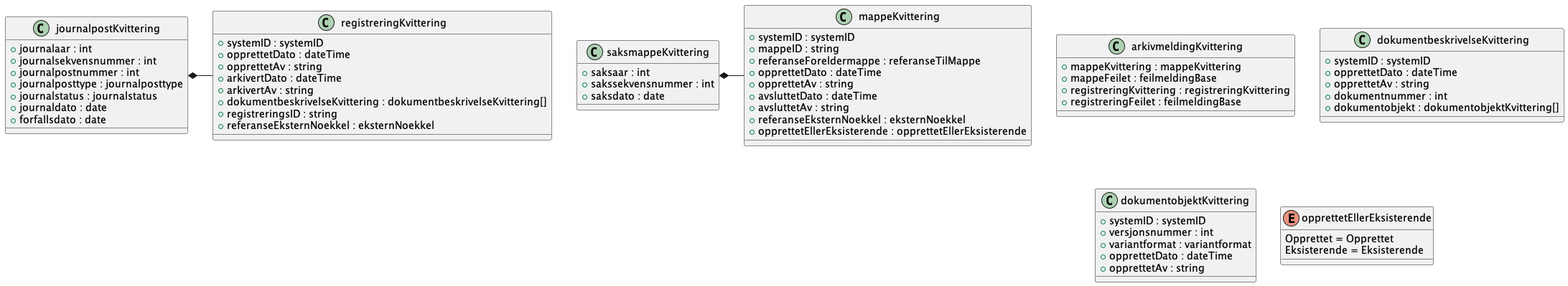
Earlier version of the PlantUML export Dokumentasjon/V1/SchemaModels/no/ks/fiks/arkiv/v1/arkivering/arkivmelding/opprett/kvittering.png (ks-no/fiks-arkiv-specification).
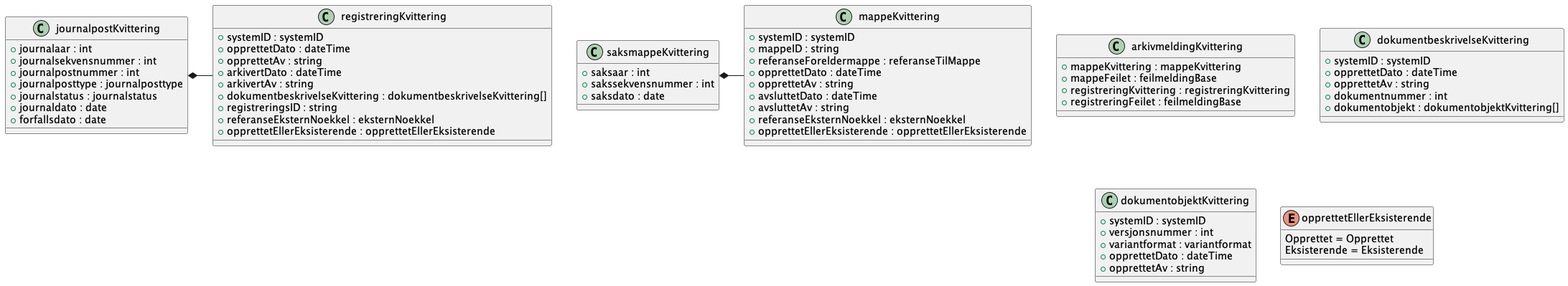
The same file after the commit.

Change to the diagram source:
```diff
@@ -54,6 +54,7 @@
     +dokumentbeskrivelseKvittering : dokumentbeskrivelseKvittering[]
     +registreringsID : string
     +referanseEksternNoekkel : eksternNoekkel
+    +opprettetEllerEksisterende : opprettetEllerEksisterende
 }
 class saksmappeKvittering {
     +saksaar : int
```
